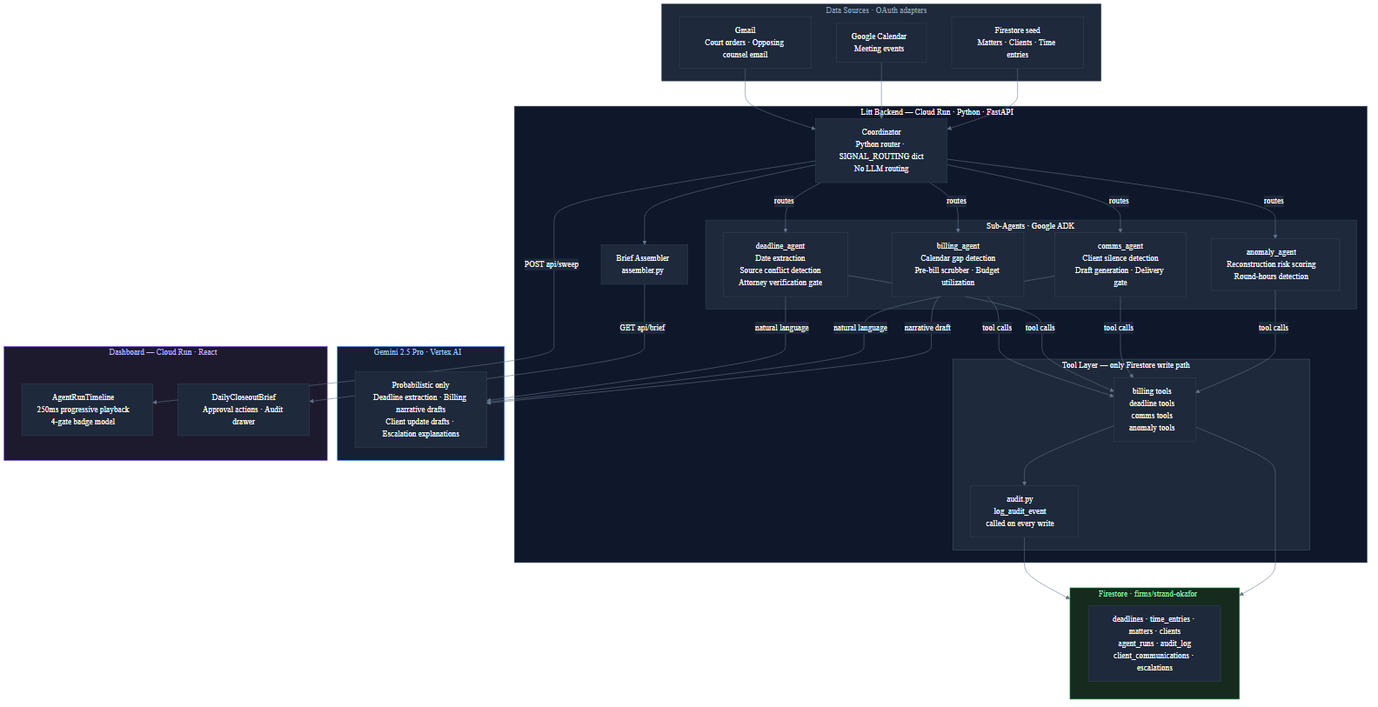
Before: docs/architecture.png, a diagram exported from Mermaid (emtcmca/litt). Its source is kept beside it as docs/architecture.mmd. The source it was exported from:
```mermaid
%%{init: {"theme": "base", "themeVariables": {"primaryColor": "#0f172a", "primaryTextColor": "#f8fafc", "primaryBorderColor": "#334155", "lineColor": "#64748b", "secondaryColor": "#1e293b", "tertiaryColor": "#0f172a", "background": "#0f172a", "mainBkg": "#1e293b", "nodeBorder": "#334155", "clusterBkg": "#1e293b", "titleColor": "#f8fafc", "edgeLabelBackground": "#1e293b", "fontFamily": "ui-monospace, monospace"}}}%%
graph TD
    subgraph INPUTS["Data Sources · OAuth adapters"]
        GM["Gmail\nCourt orders · Opposing counsel email"]
        CAL["Google Calendar\nMeeting events"]
        FS_IN["Firestore seed\nMatters · Clients · Time entries"]
    end

    subgraph CORE["Litt Backend — Cloud Run · Python · FastAPI"]
        COORD["Coordinator\nPython router · SIGNAL_ROUTING dict\nNo LLM routing"]

        subgraph AGENTS["Sub-Agents · Google ADK"]
            BA["billing_agent\nCalendar gap detection\nPre-bill scrubber · Budget utilization"]
            DA["deadline_agent\nDate extraction\nSource conflict detection\nAttorney verification gate"]
            CA["comms_agent\nClient silence detection\nDraft generation · Delivery gate"]
            AA["anomaly_agent\nReconstruction risk scoring\nRound-hours detection"]
        end

        subgraph TOOLS["Tool Layer — only Firestore write path"]
            AT["audit.py\nlog_audit_event\ncalled on every write"]
            TL["billing tools\ndeadline tools\ncomms tools\nanomaly tools"]
        end

        BRIEF["Brief Assembler\nassembler.py"]
    end

    subgraph AI["Gemini 2.5 Pro · Vertex AI"]
        GEM["Probabilistic only\nDeadline extraction · Billing narrative drafts\nClient update drafts · Escalation explanations"]
    end

    subgraph FIRESTORE["Firestore · firms/strand-okafor"]
        COL["deadlines · time_entries · matters · clients\nagent_runs · audit_log\nclient_communications · escalations"]
    end

    subgraph FRONTEND["Dashboard — Cloud Run · React"]
        AGT["AgentRunTimeline\n250ms progressive playback\n4-gate badge model"]
        DCB["DailyCloseoutBrief\nApproval actions · Audit drawer"]
    end

    GM --> COORD
    CAL --> COORD
    FS_IN --> COORD

    COORD -->|routes| BA
    COORD -->|routes| DA
    COORD -->|routes| CA
    COORD -->|routes| AA

    BA -->|tool calls| TL
    DA -->|tool calls| TL
    CA -->|tool calls| TL
    AA -->|tool calls| TL

    DA -->|natural language| GEM
    CA -->|natural language| GEM
    BA -->|narrative draft| GEM

    TL --> AT
    AT --> FIRESTORE
    TL --> FIRESTORE

    COORD --> BRIEF
    BRIEF -->|GET api/brief| DCB
    COORD -->|POST api/sweep| AGT

    style INPUTS fill:#1e293b,stroke:#334155,color:#94a3b8
    style CORE fill:#0f172a,stroke:#334155,color:#f8fafc
    style AGENTS fill:#1e293b,stroke:#334155,color:#f8fafc
    style TOOLS fill:#1e293b,stroke:#475569,color:#f8fafc
    style AI fill:#172033,stroke:#3b82f6,color:#93c5fd
    style FIRESTORE fill:#172a1e,stroke:#16a34a,color:#86efac
    style FRONTEND fill:#1e1a2e,stroke:#7c3aed,color:#c4b5fd
```
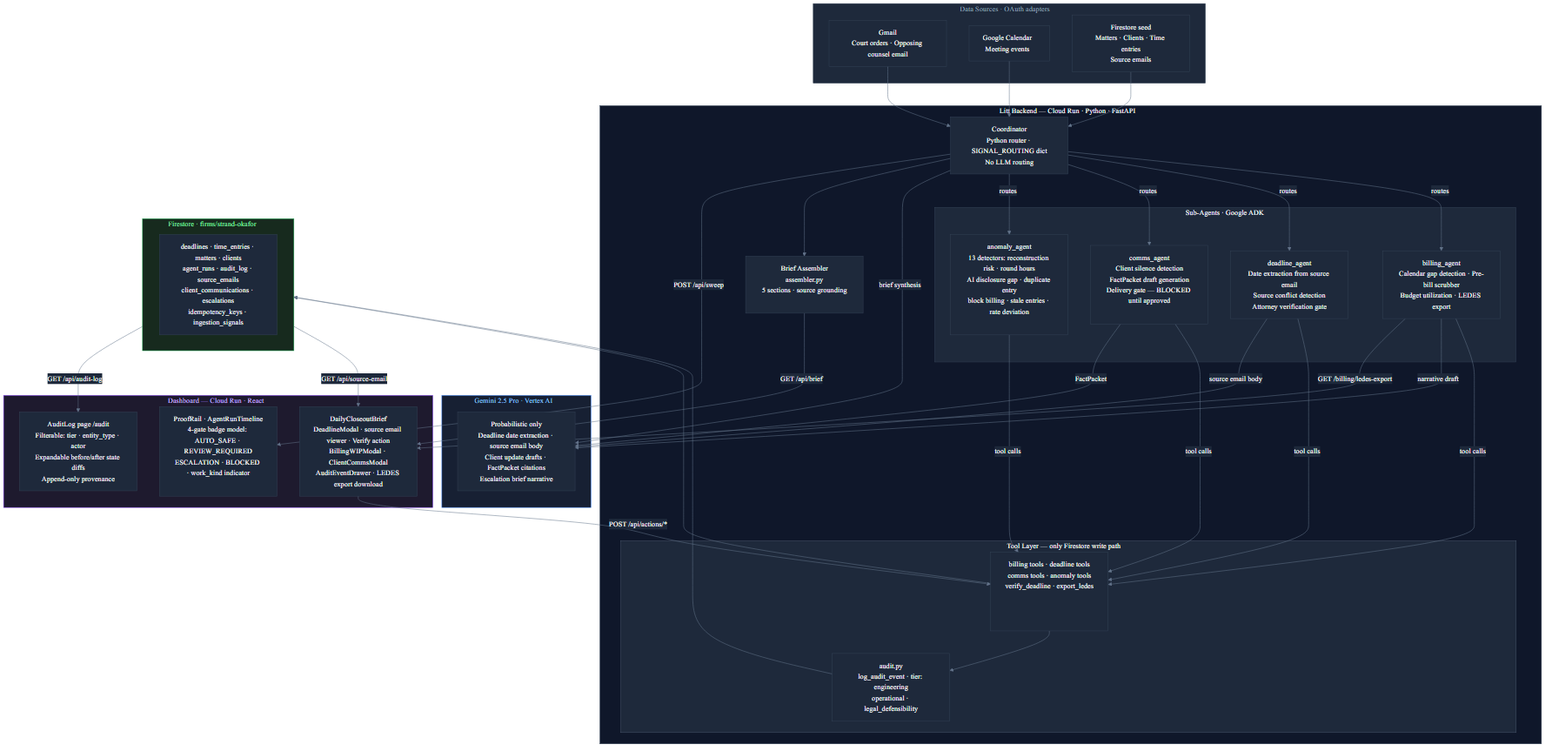
The same diagram one commit later.

Commit message:
docs: update architecture diagram to reflect full v1.0 + v1.1 demo feature set

Add: AuditLog page, source email viewer, Verify action, LEDES export,
13 anomaly detectors, source_emails Firestore collection, attorney action
flow (DCB → POST /api/actions/* → tool layer), audit tier labels,
GET /api/source-email and GET /api/audit-log API edges, FactPacket
label on comms→Gemini edge, brief synthesis on coordinator→Gemini edge.

What changed in the source:
```diff
@@ -3,38 +3,39 @@
     subgraph INPUTS["Data Sources · OAuth adapters"]
         GM["Gmail\nCourt orders · Opposing counsel email"]
         CAL["Google Calendar\nMeeting events"]
-        FS_IN["Firestore seed\nMatters · Clients · Time entries"]
+        FS_IN["Firestore seed\nMatters · Clients · Time entries\nSource emails"]
     end
 
     subgraph CORE["Litt Backend — Cloud Run · Python · FastAPI"]
         COORD["Coordinator\nPython router · SIGNAL_ROUTING dict\nNo LLM routing"]
 
         subgraph AGENTS["Sub-Agents · Google ADK"]
-            BA["billing_agent\nCalendar gap detection\nPre-bill scrubber · Budget utilization"]
-            DA["deadline_agent\nDate extraction\nSource conflict detection\nAttorney verification gate"]
-            CA["comms_agent\nClient silence detection\nDraft generation · Delivery gate"]
-            AA["anomaly_agent\nReconstruction risk scoring\nRound-hours detection"]
+            BA["billing_agent\nCalendar gap detection · Pre-bill scrubber\nBudget utilization · LEDES export"]
+            DA["deadline_agent\nDate extraction from source email\nSource conflict detection\nAttorney verification gate"]
+            CA["comms_agent\nClient silence detection\nFactPacket draft generation\nDelivery gate — BLOCKED until approved"]
+            AA["anomaly_agent\n13 detectors: reconstruction risk · round hours\nAI disclosure gap · duplicate entry\nblock billing · stale entries · rate deviation"]
         end
 
         subgraph TOOLS["Tool Layer — only Firestore write path"]
-            AT["audit.py\nlog_audit_event\ncalled on every write"]
-            TL["billing tools\ndeadline tools\ncomms tools\nanomaly tools"]
+            AT["audit.py\nlog_audit_event · tier: engineering\noperational · legal_defensibility"]
+            TL["billing tools · deadline tools\ncomms tools · anomaly tools\nverify_deadline · export_ledes"]
         end
 
-        BRIEF["Brief Assembler\nassembler.py"]
+        BRIEF["Brief Assembler\nassembler.py\n5 sections · source grounding"]
     end
 
     subgraph AI["Gemini 2.5 Pro · Vertex AI"]
-        GEM["Probabilistic only\nDeadline extraction · Billing narrative drafts\nClient update drafts · Escalation explanations"]
+        GEM["Probabilistic only\nDeadline date extraction · source email body\nClient update drafts · FactPacket citations\nEscalation brief narrative"]
     end
 
     subgraph FIRESTORE["Firestore · firms/strand-okafor"]
-        COL["deadlines · time_entries · matters · clients\nagent_runs · audit_log\nclient_communications · escalations"]
+        COL["deadlines · time_entries · matters · clients\nagent_runs · audit_log · source_emails\nclient_communications · escalations\nidempotency_keys · ingestion_signals"]
     end
 
     subgraph FRONTEND["Dashboard — Cloud Run · React"]
-        AGT["AgentRunTimeline\n250ms progressive playback\n4-gate badge model"]
-        DCB["DailyCloseoutBrief\nApproval actions · Audit drawer"]
+        AGT["ProofRail · AgentRunTimeline\n4-gate badge model: AUTO_SAFE · REVIEW_REQUIRED\nESCALATION · BLOCKED · work_kind indicator"]
+        DCB["DailyCloseoutBrief\nDeadlineModal · source email viewer · Verify action\nBillingWIPModal · ClientCommsModal\nAuditEventDrawer · LEDES export download"]
+        AUDITPAGE["AuditLog page /audit\nFilterable: tier · entity_type · actor\nExpandable before/after state diffs\nAppend-only provenance"]
     end
 
     GM --> COORD
@@ -51,17 +52,23 @@
     CA -->|tool calls| TL
     AA -->|tool calls| TL
 
-    DA -->|natural language| GEM
-    CA -->|natural language| GEM
+    DA -->|source email body| GEM
+    CA -->|FactPacket| GEM
     BA -->|narrative draft| GEM
+    COORD -->|brief synthesis| GEM
 
     TL --> AT
     AT --> FIRESTORE
     TL --> FIRESTORE
 
     COORD --> BRIEF
-    BRIEF -->|GET api/brief| DCB
-    COORD -->|POST api/sweep| AGT
+    BRIEF -->|GET /api/brief| DCB
+    COORD -->|POST /api/sweep| AGT
+
+    DCB -->|POST /api/actions/*| TL
+    FIRESTORE -->|GET /api/source-email| DCB
+    FIRESTORE -->|GET /api/audit-log| AUDITPAGE
+    BA -->|GET /billing/ledes-export| DCB
 
     style INPUTS fill:#1e293b,stroke:#334155,color:#94a3b8
     style CORE fill:#0f172a,stroke:#334155,color:#f8fafc
```
